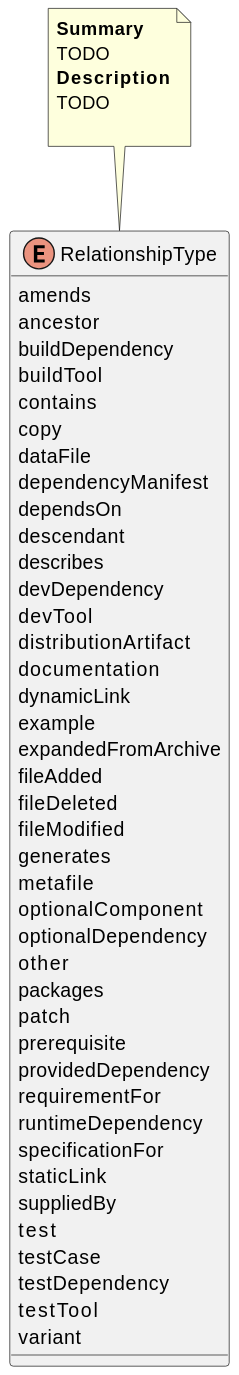
Above: Vocabularies/RelationshipType.svg in maxhbr/spec-parser.hs (PlantUML), before the change.
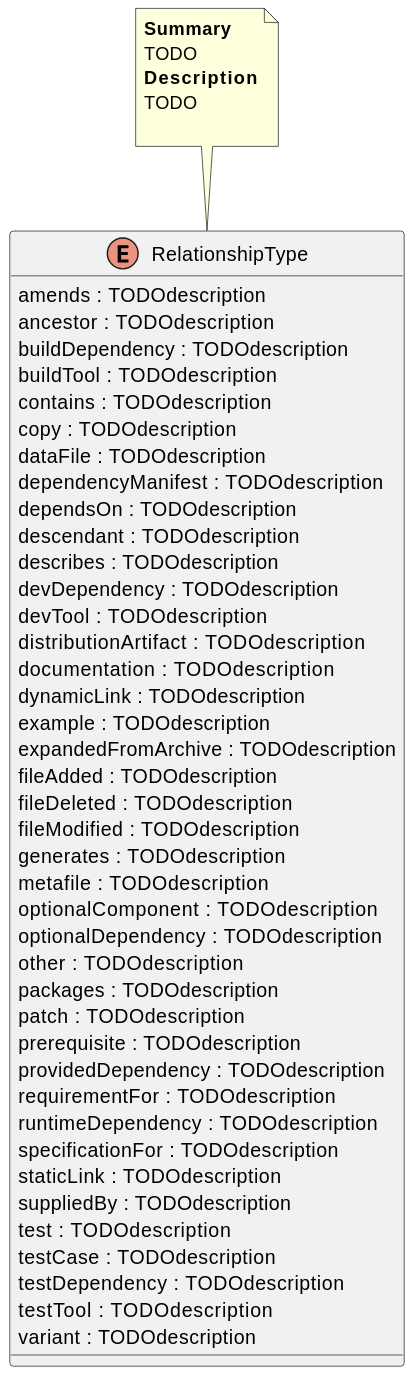
After the commit.

The edit, as a diff of the source:
```diff
@@ -1,45 +1,45 @@
 @startuml
 enum RelationshipType {
-    amends
-    ancestor
-    buildDependency
-    buildTool
-    contains
-    copy
-    dataFile
-    dependencyManifest
-    dependsOn
-    descendant
-    describes
-    devDependency
-    devTool
-    distributionArtifact
-    documentation
-    dynamicLink
-    example
-    expandedFromArchive
-    fileAdded
-    fileDeleted
-    fileModified
-    generates
-    metafile
-    optionalComponent
-    optionalDependency
-    other
-    packages
-    patch
-    prerequisite
-    providedDependency
-    requirementFor
-    runtimeDependency
-    specificationFor
-    staticLink
-    suppliedBy
-    test
-    testCase
-    testDependency
-    testTool
-    variant
+    amends : TODOdescription
+    ancestor : TODOdescription
+    buildDependency : TODOdescription
+    buildTool : TODOdescription
+    contains : TODOdescription
+    copy : TODOdescription
+    dataFile : TODOdescription
+    dependencyManifest : TODOdescription
+    dependsOn : TODOdescription
+    descendant : TODOdescription
+    describes : TODOdescription
+    devDependency : TODOdescription
+    devTool : TODOdescription
+    distributionArtifact : TODOdescription
+    documentation : TODOdescription
+    dynamicLink : TODOdescription
+    example : TODOdescription
+    expandedFromArchive : TODOdescription
+    fileAdded : TODOdescription
+    fileDeleted : TODOdescription
+    fileModified : TODOdescription
+    generates : TODOdescription
+    metafile : TODOdescription
+    optionalComponent : TODOdescription
+    optionalDependency : TODOdescription
+    other : TODOdescription
+    packages : TODOdescription
+    patch : TODOdescription
+    prerequisite : TODOdescription
+    providedDependency : TODOdescription
+    requirementFor : TODOdescription
+    runtimeDependency : TODOdescription
+    specificationFor : TODOdescription
+    staticLink : TODOdescription
+    suppliedBy : TODOdescription
+    test : TODOdescription
+    testCase : TODOdescription
+    testDependency : TODOdescription
+    testTool : TODOdescription
+    variant : TODOdescription
 }
 note top of RelationshipType
 <b>Summary</b>
```
